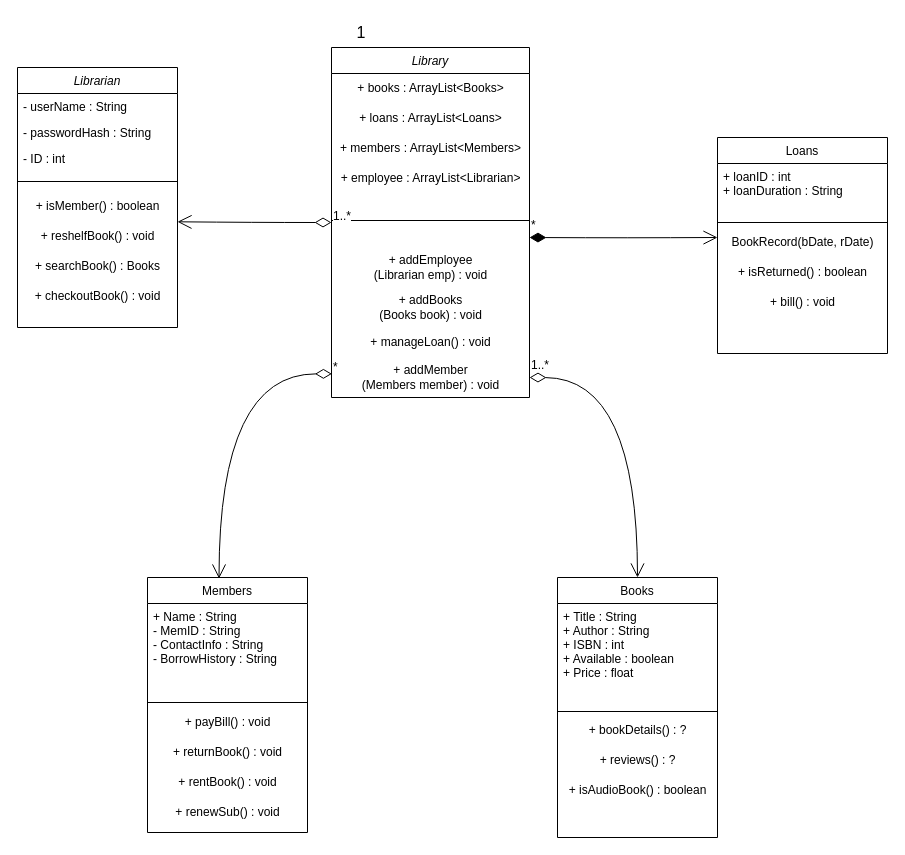
Earlier version of the draw.io diagram Untitled Diagram.drawio (Twpendleton/ClassUMLDiagram). Source tidied: cells renumbered, new cells numbered last; positions are measured from the earlier drawing's top-left corner, leaving out a move shared by most shapes. Both pictures are drawn from the tidied source at 100%, with x=0, y=0 at pixel (17, 17).
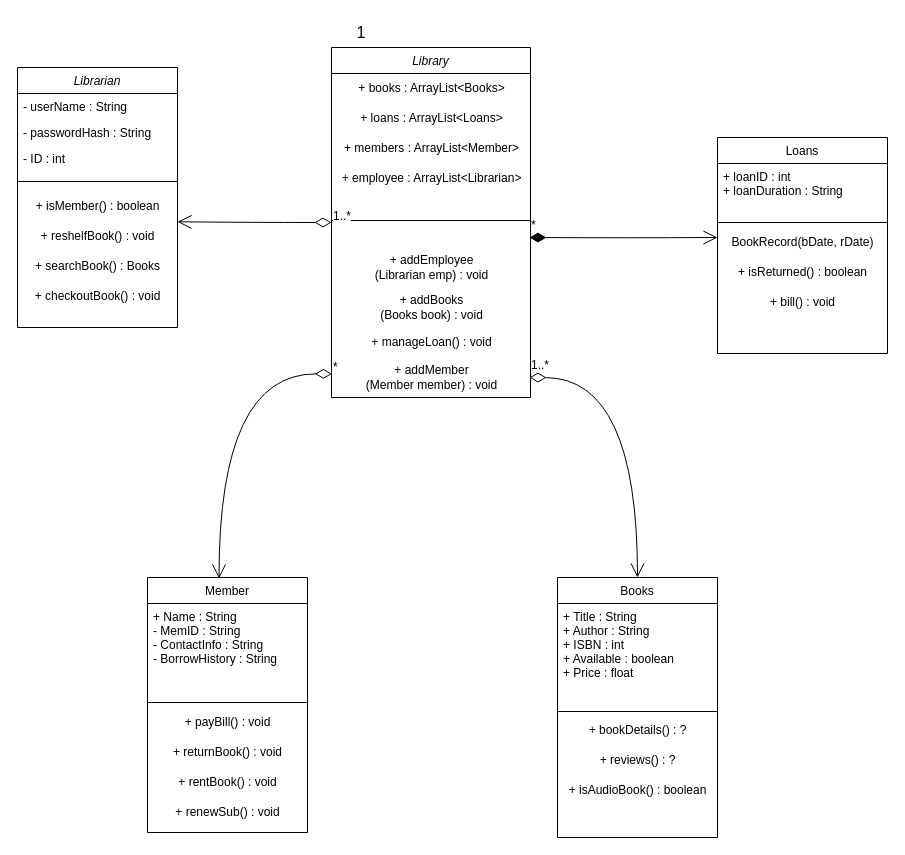
After the change.

Commit message:
Rename Members class to Member

The edit, as a diff of the source:
```diff
@@
-    <mxCell id="11" value="Members" style="swimlane;fontStyle=0;align=center;verticalAlign=top;horizontal=1;startSize=26;rounded=0;shadow=0;strokeWidth=1;" parent="1" vertex="1">
+    <mxCell id="11" value="Member" style="swimlane;fontStyle=0;align=center;verticalAlign=top;horizontal=1;startSize=26;rounded=0;shadow=0;strokeWidth=1;" parent="1" vertex="1">
       <mxGeometry x="130" y="560" width="160" height="255" as="geometry" />
     </mxCell>
@@
     <mxCell id="30" value="Library" style="swimlane;fontStyle=2;align=center;verticalAlign=top;horizontal=1;startSize=26;rounded=0;shadow=0;strokeWidth=1;" parent="1" vertex="1">
-      <mxGeometry x="314" y="30" width="198" height="350" as="geometry" />
+      <mxGeometry x="314" y="30" width="199" height="350" as="geometry" />
     </mxCell>
     <mxCell id="31" value="+ books : ArrayList&amp;lt;Books&amp;gt;" style="text;html=1;align=center;verticalAlign=middle;strokeColor=none;fillColor=none;" parent="30" vertex="1">
-      <mxGeometry y="26" width="198" height="30" as="geometry" />
+      <mxGeometry y="26" width="199" height="30" as="geometry" />
     </mxCell>
     <mxCell id="32" value="+ loans : ArrayList&amp;lt;Loans&amp;gt;" style="text;html=1;align=center;verticalAlign=middle;strokeColor=none;fillColor=none;" parent="30" vertex="1">
-      <mxGeometry y="56" width="198" height="30" as="geometry" />
+      <mxGeometry y="56" width="199" height="30" as="geometry" />
     </mxCell>
-    <mxCell id="33" value="+ members : ArrayList&amp;lt;Members&amp;gt;" style="text;html=1;align=center;verticalAlign=middle;strokeColor=none;fillColor=none;" parent="30" vertex="1">
-      <mxGeometry y="86" width="198" height="30" as="geometry" />
+    <mxCell id="33" value="+ members : ArrayList&amp;lt;Member&amp;gt;" style="text;html=1;align=center;verticalAlign=middle;strokeColor=none;fillColor=none;" parent="30" vertex="1">
+      <mxGeometry y="86" width="199" height="30" as="geometry" />
     </mxCell>
     <mxCell id="34" value="+ employee : ArrayList&amp;lt;Librarian&amp;gt;" style="text;html=1;align=center;verticalAlign=middle;strokeColor=none;fillColor=none;" parent="30" vertex="1">
-      <mxGeometry y="116" width="198" height="30" as="geometry" />
+      <mxGeometry y="116" width="199" height="30" as="geometry" />
     </mxCell>
     <mxCell id="35" style="line;html=1;strokeWidth=1;align=left;verticalAlign=middle;spacingTop=-1;spacingLeft=3;spacingRight=3;labelPosition=right;" parent="30" vertex="1">
-      <mxGeometry y="146" width="198" height="54" as="geometry" />
+      <mxGeometry y="146" width="199" height="54" as="geometry" />
     </mxCell>
     <mxCell id="36" value="+ addEmployee&lt;div&gt;(Librarian emp)&amp;nbsp;&lt;span style=&quot;background-color: initial;&quot;&gt;: void&lt;/span&gt;&lt;/div&gt;" style="text;html=1;align=center;verticalAlign=middle;strokeColor=none;fillColor=none;" parent="30" vertex="1">
-      <mxGeometry y="200" width="198" height="40" as="geometry" />
+      <mxGeometry y="200" width="199" height="40" as="geometry" />
     </mxCell>
     <mxCell id="37" value="+ addBooks&lt;div&gt;(Books book) : void&lt;/div&gt;" style="text;html=1;align=center;verticalAlign=middle;strokeColor=none;fillColor=none;" parent="30" vertex="1">
-      <mxGeometry y="240" width="198" height="40" as="geometry" />
+      <mxGeometry y="240" width="199" height="40" as="geometry" />
     </mxCell>
     <mxCell id="38" value="+ manageLoan() : void" style="text;html=1;align=center;verticalAlign=middle;strokeColor=none;fillColor=none;" parent="30" vertex="1">
-      <mxGeometry y="280" width="198" height="30" as="geometry" />
+      <mxGeometry y="280" width="199" height="30" as="geometry" />
     </mxCell>
-    <mxCell id="39" value="+ addMember&lt;div&gt;(Members member) : void&lt;/div&gt;" style="text;html=1;align=center;verticalAlign=middle;points=[];strokeColor=none;fillColor=none;" parent="30" vertex="1">
-      <mxGeometry y="310" width="198" height="40" as="geometry" />
+    <mxCell id="39" value="+ addMember&lt;div&gt;(Member member) : void&lt;/div&gt;" style="text;html=1;align=center;verticalAlign=middle;points=[];strokeColor=none;fillColor=none;" parent="30" vertex="1">
+      <mxGeometry y="310" width="199" height="40" as="geometry" />
     </mxCell>
```
